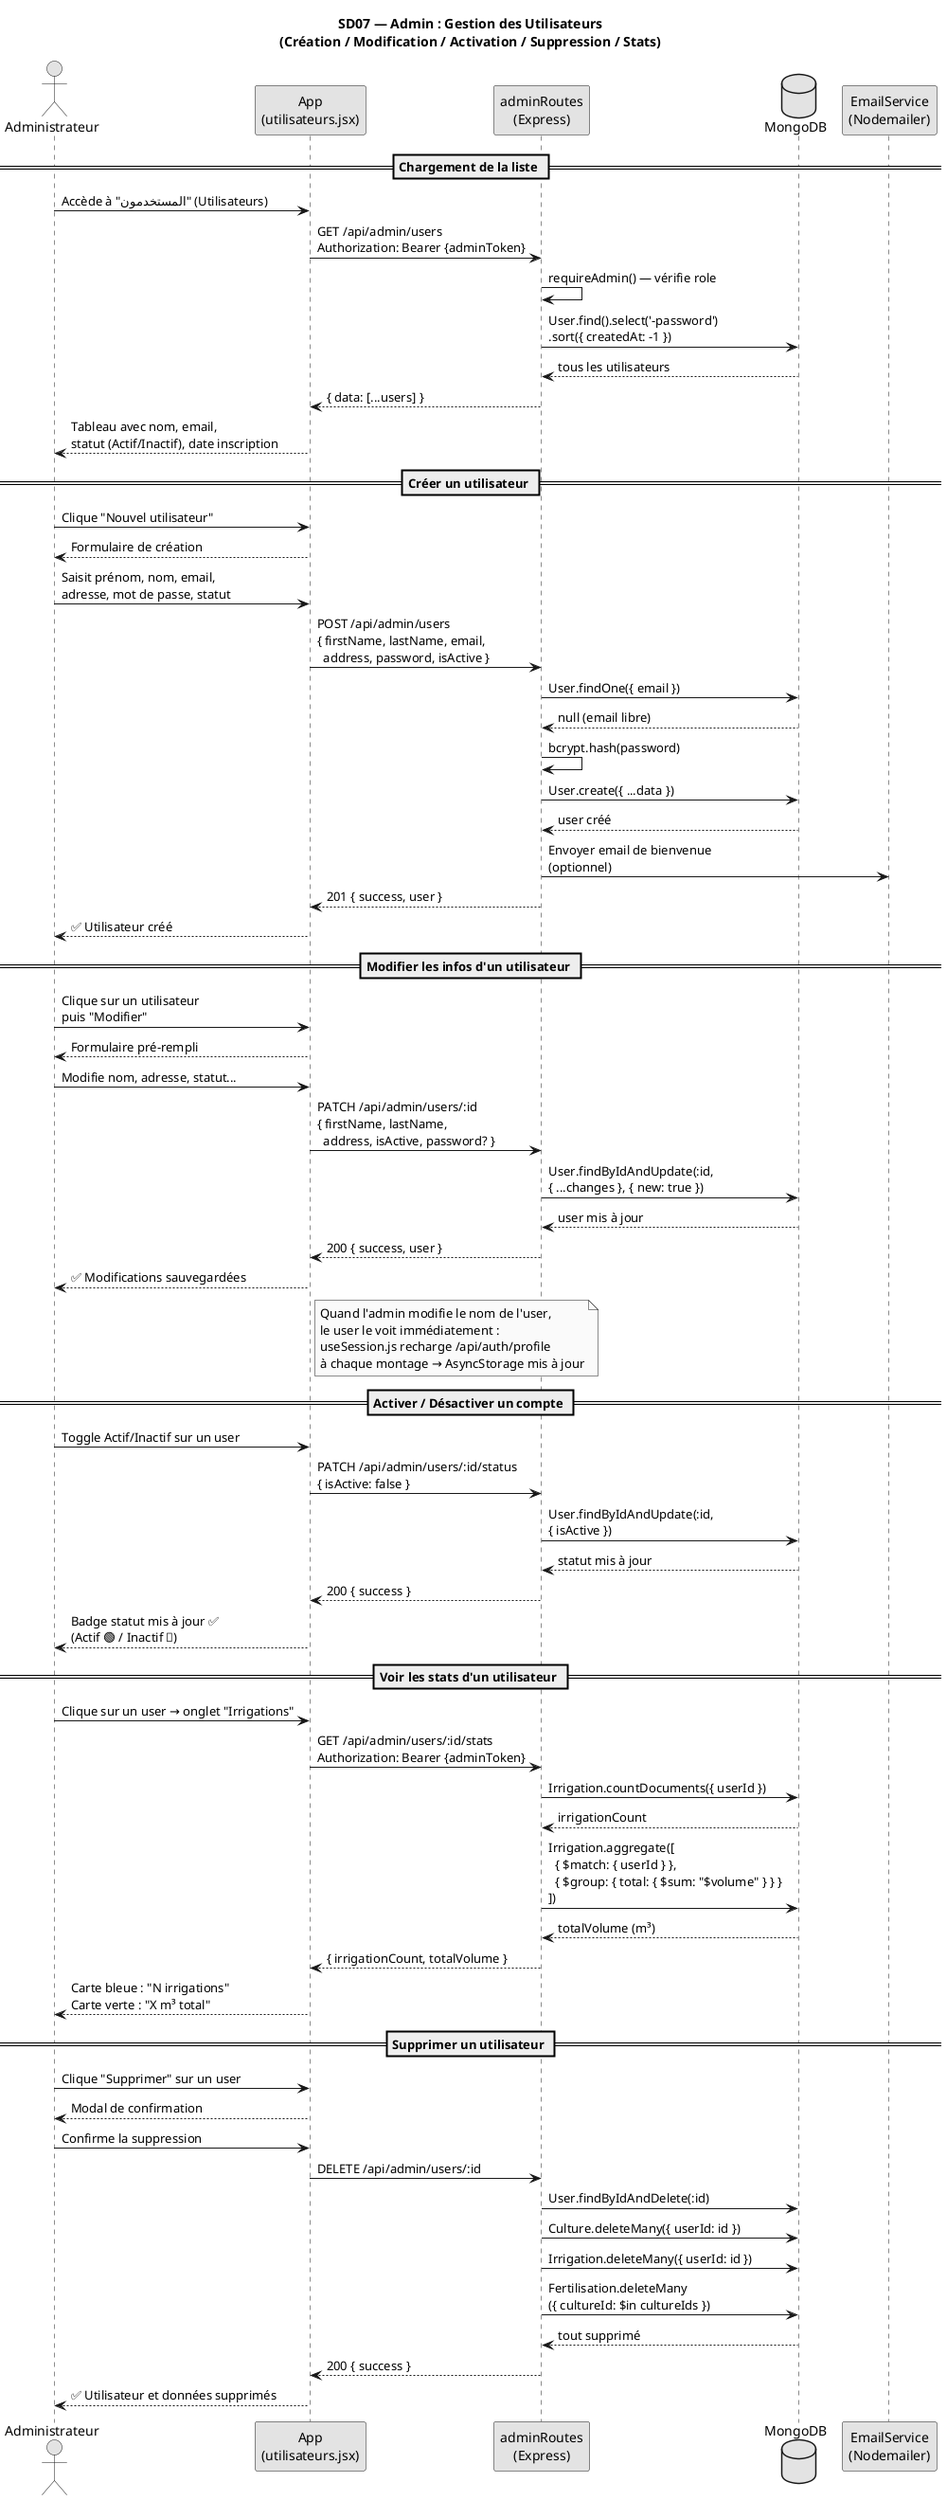
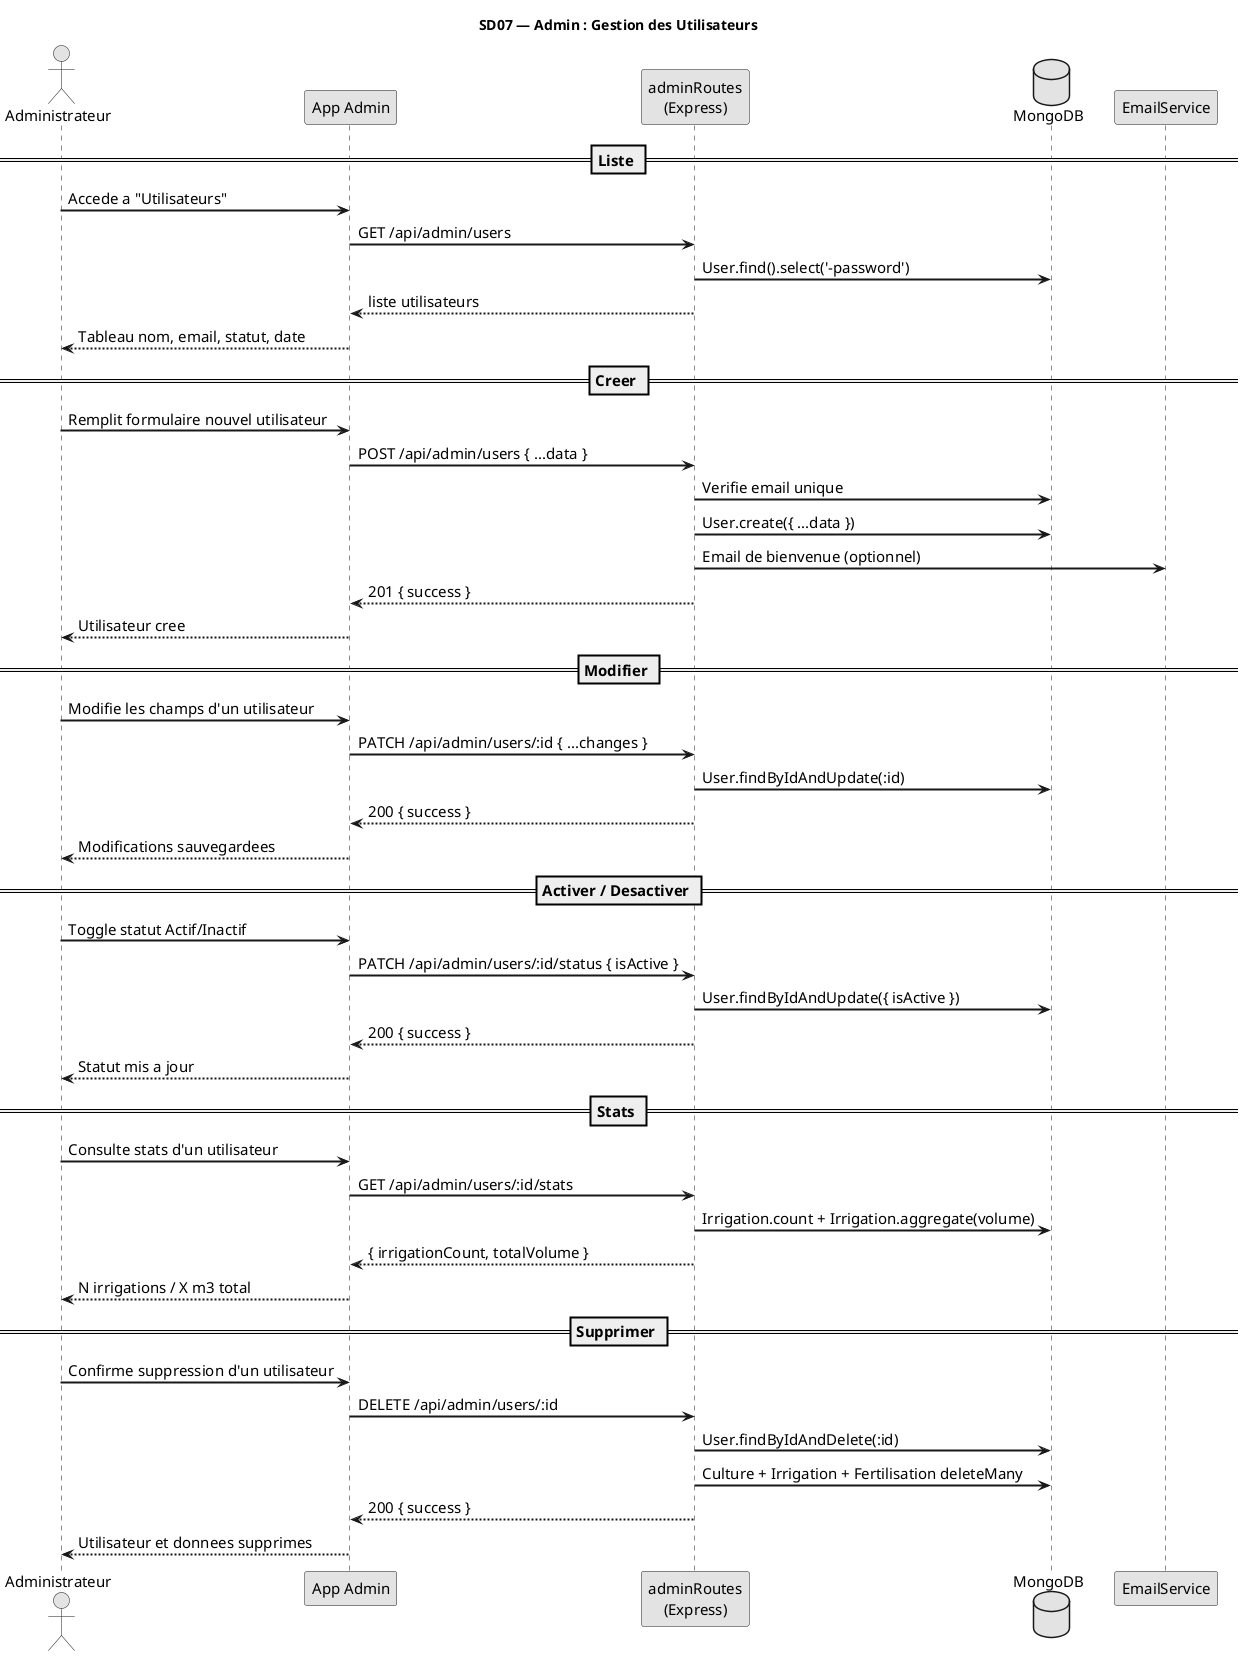
- @startuml SD07 — Admin Gestion Utilisateurs
+ @startuml SD07_Admin_Gestion_Utilisateurs

skinparam monochrome true
skinparam shadowing false
- title SD07 — Admin : Gestion des Utilisateurs\n(Création / Modification / Activation / Suppression / Stats)
+ skinparam defaultFontSize 15
+ skinparam sequenceParticipantFontSize 15
+ skinparam sequenceActorFontSize 15
+ skinparam sequenceMessageFontSize 13
+ skinparam sequenceParticipantPadding 15
+ skinparam sequenceActorPadding 10
+ skinparam ArrowThickness 2
+ 
+ title SD07 — Admin : Gestion des Utilisateurs

actor "Administrateur" as A
- participant "App\n(utilisateurs.jsx)" as App
+ participant "App Admin" as App
participant "adminRoutes\n(Express)" as API
database "MongoDB" as DB
- participant "EmailService\n(Nodemailer)" as Mail
+ participant "EmailService" as Mail

- == Chargement de la liste ==
+ == Liste ==

- A -> App : Accède à "المستخدمون" (Utilisateurs)
- App -> API : GET /api/admin/users\nAuthorization: Bearer {adminToken}
- API -> API : requireAdmin() — vérifie role
- API -> DB : User.find().select('-password')\n.sort({ createdAt: -1 })
- DB --> API : tous les utilisateurs
- API --> App : { data: [...users] }
- App --> A : Tableau avec nom, email,\nstatut (Actif/Inactif), date inscription
+ A -> App : Accede a "Utilisateurs"
+ App -> API : GET /api/admin/users
+ API -> DB : User.find().select('-password')
+ API --> App : liste utilisateurs
+ App --> A : Tableau nom, email, statut, date

- == Créer un utilisateur ==
+ == Creer ==

- A -> App : Clique "Nouvel utilisateur"
- App --> A : Formulaire de création
- A -> App : Saisit prénom, nom, email,\nadresse, mot de passe, statut
- App -> API : POST /api/admin/users\n{ firstName, lastName, email,\n  address, password, isActive }
- API -> DB : User.findOne({ email })
- DB --> API : null (email libre)
- API -> API : bcrypt.hash(password)
+ A -> App : Remplit formulaire nouvel utilisateur
+ App -> API : POST /api/admin/users { ...data }
+ API -> DB : Verifie email unique
API -> DB : User.create({ ...data })
- DB --> API : user créé
- API -> Mail : Envoyer email de bienvenue\n(optionnel)
- API --> App : 201 { success, user }
- App --> A : ✅ Utilisateur créé
+ API -> Mail : Email de bienvenue (optionnel)
+ API --> App : 201 { success }
+ App --> A : Utilisateur cree

- == Modifier les infos d'un utilisateur ==
+ == Modifier ==

- A -> App : Clique sur un utilisateur\npuis "Modifier"
- App --> A : Formulaire pré-rempli
- A -> App : Modifie nom, adresse, statut...
- App -> API : PATCH /api/admin/users/:id\n{ firstName, lastName,\n  address, isActive, password? }
- API -> DB : User.findByIdAndUpdate(:id,\n{ ...changes }, { new: true })
- DB --> API : user mis à jour
- API --> App : 200 { success, user }
- App --> A : ✅ Modifications sauvegardées
+ A -> App : Modifie les champs d'un utilisateur
+ App -> API : PATCH /api/admin/users/:id { ...changes }
+ API -> DB : User.findByIdAndUpdate(:id)
+ API --> App : 200 { success }
+ App --> A : Modifications sauvegardees

- note right of App
-   Quand l'admin modifie le nom de l'user,
-   le user le voit immédiatement :
-   useSession.js recharge /api/auth/profile
-   à chaque montage → AsyncStorage mis à jour
- end note
+ == Activer / Desactiver ==

- == Activer / Désactiver un compte ==
+ A -> App : Toggle statut Actif/Inactif
+ App -> API : PATCH /api/admin/users/:id/status { isActive }
+ API -> DB : User.findByIdAndUpdate({ isActive })
+ API --> App : 200 { success }
+ App --> A : Statut mis a jour

- A -> App : Toggle Actif/Inactif sur un user
- App -> API : PATCH /api/admin/users/:id/status\n{ isActive: false }
- API -> DB : User.findByIdAndUpdate(:id,\n{ isActive })
- DB --> API : statut mis à jour
- API --> App : 200 { success }
- App --> A : Badge statut mis à jour ✅\n(Actif 🟢 / Inactif 🔴)
+ == Stats ==

- == Voir les stats d'un utilisateur ==
+ A -> App : Consulte stats d'un utilisateur
+ App -> API : GET /api/admin/users/:id/stats
+ API -> DB : Irrigation.count + Irrigation.aggregate(volume)
+ API --> App : { irrigationCount, totalVolume }
+ App --> A : N irrigations / X m3 total

- A -> App : Clique sur un user → onglet "Irrigations"
- App -> API : GET /api/admin/users/:id/stats\nAuthorization: Bearer {adminToken}
- API -> DB : Irrigation.countDocuments({ userId })
- DB --> API : irrigationCount
- API -> DB : Irrigation.aggregate([\n  { $match: { userId } },\n  { $group: { total: { $sum: "$volume" } } }\n])
- DB --> API : totalVolume (m³)
- API --> App : { irrigationCount, totalVolume }
- App --> A : Carte bleue : "N irrigations"\nCarte verte : "X m³ total"
+ == Supprimer ==

- == Supprimer un utilisateur ==
- 
- A -> App : Clique "Supprimer" sur un user
- App --> A : Modal de confirmation
- A -> App : Confirme la suppression
+ A -> App : Confirme suppression d'un utilisateur
App -> API : DELETE /api/admin/users/:id
API -> DB : User.findByIdAndDelete(:id)
- API -> DB : Culture.deleteMany({ userId: id })
- API -> DB : Irrigation.deleteMany({ userId: id })
- API -> DB : Fertilisation.deleteMany\n({ cultureId: $in cultureIds })
- DB --> API : tout supprimé
+ API -> DB : Culture + Irrigation + Fertilisation deleteMany
API --> App : 200 { success }
- App --> A : ✅ Utilisateur et données supprimés
+ App --> A : Utilisateur et donnees supprimes

- @enduml
+ @enduml